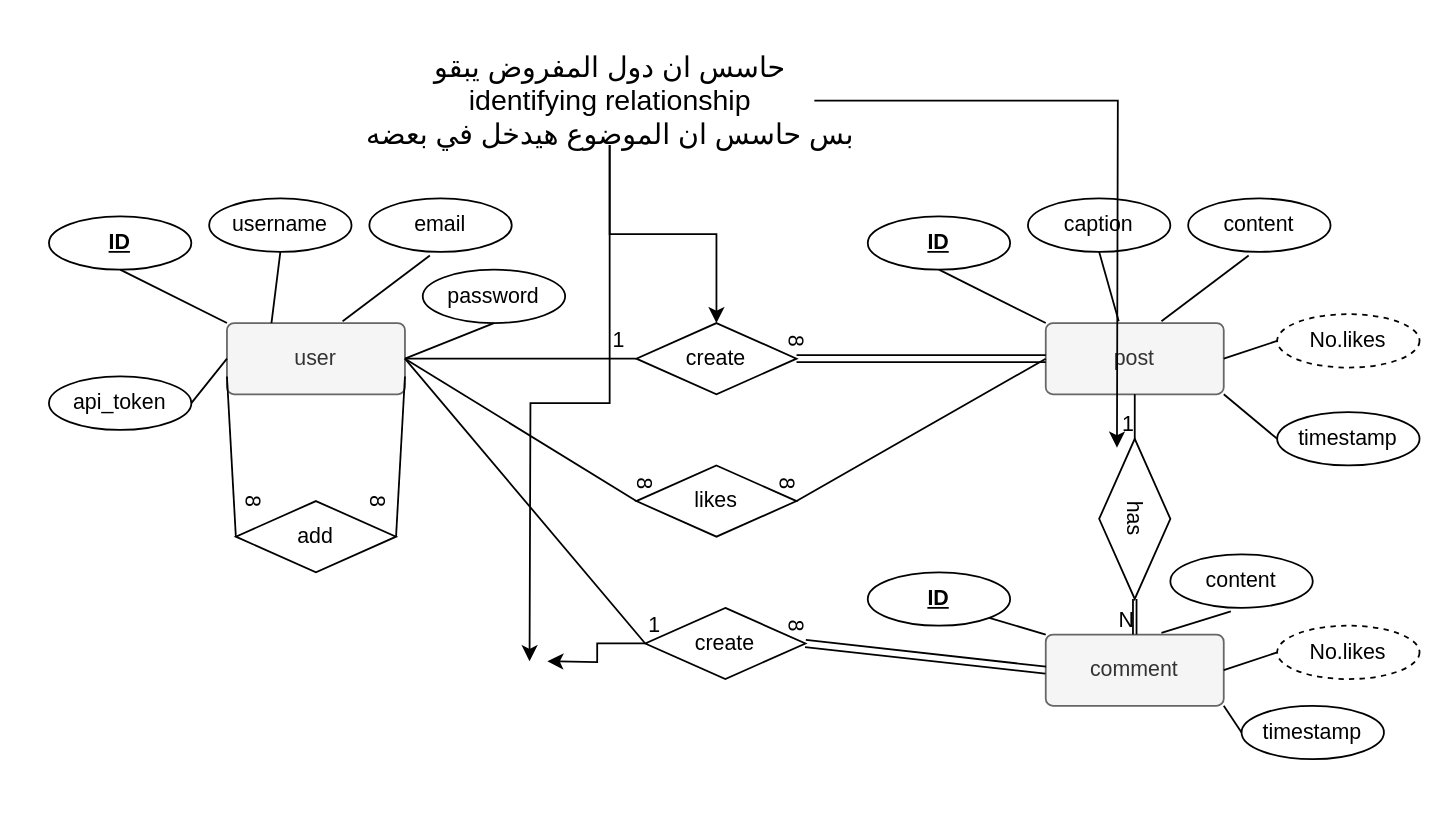
Earlier version of the draw.io diagram ER diagram.drawio (MohammadEssam0/database-related-things). Source tidied: cells renumbered, new cells numbered last; positions are measured from the earlier drawing's top-left corner, leaving out a move shared by most shapes. Both pictures are drawn from the tidied source at 178%, with x=0, y=0 at pixel (48, 55).
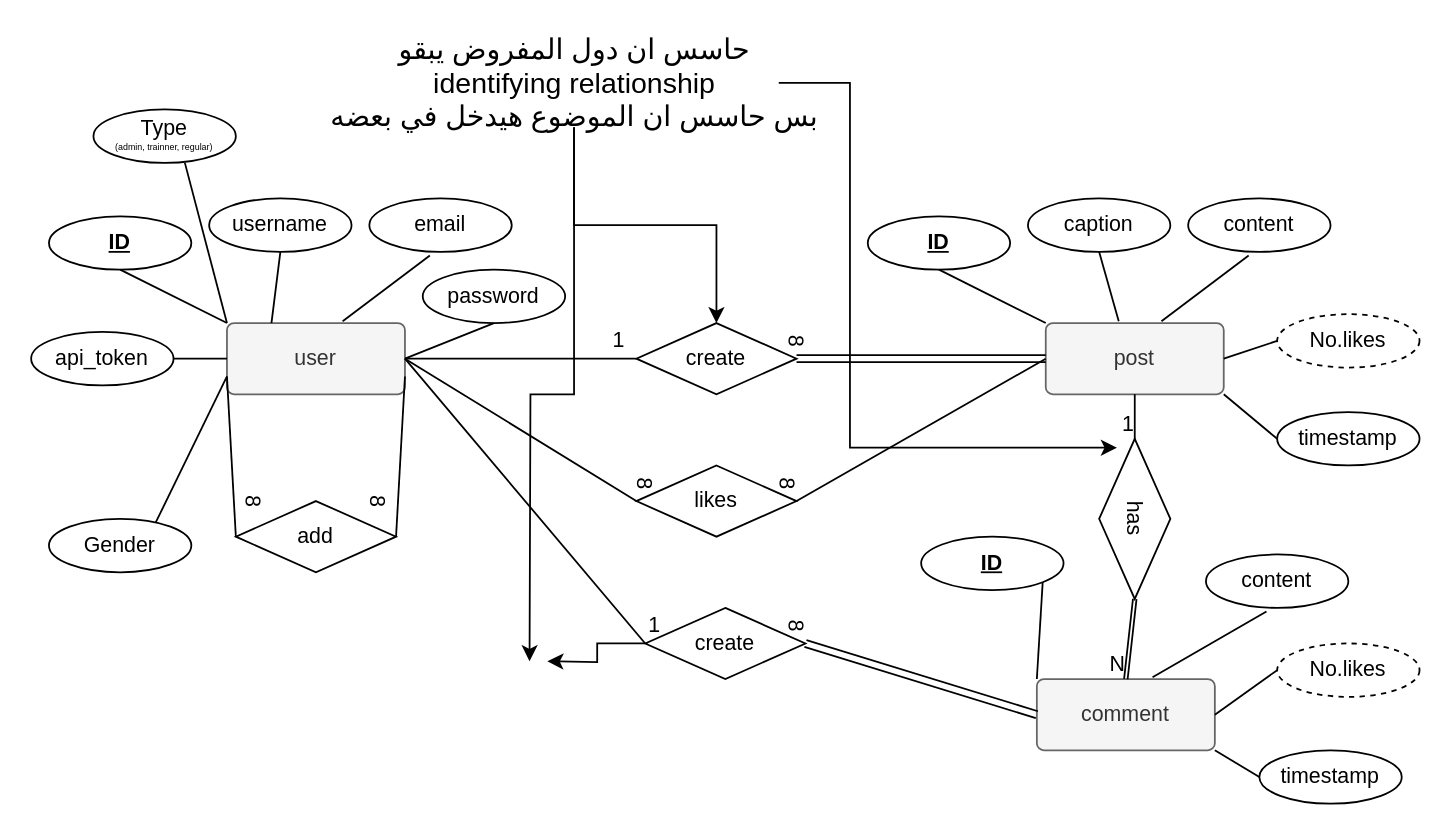
After the change.

The change refers to these unchanged cells:
```xml
<mxCell id="2" value="user" style="rounded=1;arcSize=10;whiteSpace=wrap;html=1;align=center;fillColor=#f5f5f5;fontColor=#333333;strokeColor=#666666;" parent="1" vertex="1">
  <mxGeometry x="100" y="150" width="100" height="40" as="geometry" />
</mxCell>
```

What changed in the source:
```diff
@@
     <mxCell id="11" value="api_token" style="ellipse;whiteSpace=wrap;html=1;align=center;" parent="1" vertex="1">
-      <mxGeometry y="180" width="80" height="30" as="geometry" />
+      <mxGeometry x="-10" y="155" width="80" height="30" as="geometry" />
     </mxCell>
@@
     <mxCell id="30" style="edgeStyle=orthogonalEdgeStyle;rounded=0;jettySize=auto;html=1;" parent="1" edge="1" source="32">
       <mxGeometry relative="1" as="geometry">
         <mxPoint x="600" y="220" as="targetPoint" />
+        <Array as="points">
+          <mxPoint x="450" y="15" />
+          <mxPoint x="450" y="220" />
+        </Array>
       </mxGeometry>
     </mxCell>
@@
     <mxCell id="32" value="&lt;div style=&quot;font-size: 16px&quot;&gt;&lt;font style=&quot;font-size: 16px&quot;&gt;حاسس ان دول المفروض يبقو&lt;br&gt;&lt;/font&gt;&lt;/div&gt;&lt;div style=&quot;font-size: 16px&quot;&gt;&lt;font style=&quot;font-size: 16px&quot;&gt;identifying relationship&lt;/font&gt;&lt;/div&gt;&lt;div style=&quot;font-size: 16px&quot;&gt;بس حاسس ان الموضوع هيدخل في بعضه&lt;br&gt;&lt;/div&gt;" style="text;html=1;align=center;verticalAlign=middle;points=[];strokeColor=none;fillColor=none;" parent="1" vertex="1">
-      <mxGeometry x="200" width="230" height="50" as="geometry" />
+      <mxGeometry x="180" y="-10" width="230" height="50" as="geometry" />
     </mxCell>
@@
     <mxCell id="47" value="comment" style="rounded=1;arcSize=10;whiteSpace=wrap;html=1;align=center;fillColor=#f5f5f5;fontColor=#333333;strokeColor=#666666;" parent="1" vertex="1">
-      <mxGeometry x="560" y="325" width="100" height="40" as="geometry" />
+      <mxGeometry x="555" y="350" width="100" height="40" as="geometry" />
     </mxCell>
     <mxCell id="48" value="&lt;u&gt;&lt;b&gt;ID&lt;/b&gt;&lt;/u&gt;" style="ellipse;whiteSpace=wrap;html=1;align=center;" parent="1" vertex="1">
-      <mxGeometry x="460" y="290" width="80" height="30" as="geometry" />
+      <mxGeometry x="490" y="270" width="80" height="30" as="geometry" />
     </mxCell>
     <mxCell id="49" value="content" style="ellipse;whiteSpace=wrap;html=1;align=center;" parent="1" vertex="1">
-      <mxGeometry x="630" y="280" width="80" height="30" as="geometry" />
+      <mxGeometry x="650" y="280" width="80" height="30" as="geometry" />
     </mxCell>
@@
     <mxCell id="52" value="No.likes" style="ellipse;whiteSpace=wrap;html=1;align=center;dashed=1;fontSize=12;" parent="1" vertex="1">
-      <mxGeometry x="690" y="320" width="80" height="30" as="geometry" />
+      <mxGeometry x="690" y="330" width="80" height="30" as="geometry" />
     </mxCell>
@@
     <mxCell id="54" value="timestamp" style="ellipse;whiteSpace=wrap;html=1;align=center;" parent="1" vertex="1">
-      <mxGeometry x="670" y="365" width="80" height="30" as="geometry" />
+      <mxGeometry x="680" y="390" width="80" height="30" as="geometry" />
     </mxCell>
@@
+    <mxCell id="63" value="Gender" style="ellipse;whiteSpace=wrap;html=1;align=center;" parent="1" vertex="1">
+      <mxGeometry y="260" width="80" height="30" as="geometry" />
+    </mxCell>
+    <mxCell id="64" style="endArrow=none;html=1;rounded=0;exitX=0.75;exitY=0.067;exitDx=0;exitDy=0;exitPerimeter=0;" parent="1" edge="1" source="63">
+      <mxGeometry relative="1" as="geometry">
+        <mxPoint x="100" y="180" as="targetPoint" />
+      </mxGeometry>
+    </mxCell>
+    <mxCell id="65" value="&lt;p style=&quot;line-height: 0.7&quot;&gt;Type&lt;br&gt;&lt;span style=&quot;font-size: 5px&quot;&gt;(admin, trainner, regular)&lt;/span&gt;&lt;br&gt;&lt;/p&gt;" style="ellipse;whiteSpace=wrap;html=1;align=center;" parent="1" vertex="1">
+      <mxGeometry x="25" y="30" width="80" height="30" as="geometry" />
+    </mxCell>
+    <mxCell id="66" style="endArrow=none;html=1;rounded=0;exitX=0.642;exitY=1;exitDx=0;exitDy=0;exitPerimeter=0;entryX=0;entryY=0;entryDx=0;entryDy=0;" parent="1" edge="1" source="65" target="2">
+      <mxGeometry relative="1" as="geometry" />
+    </mxCell>
```
